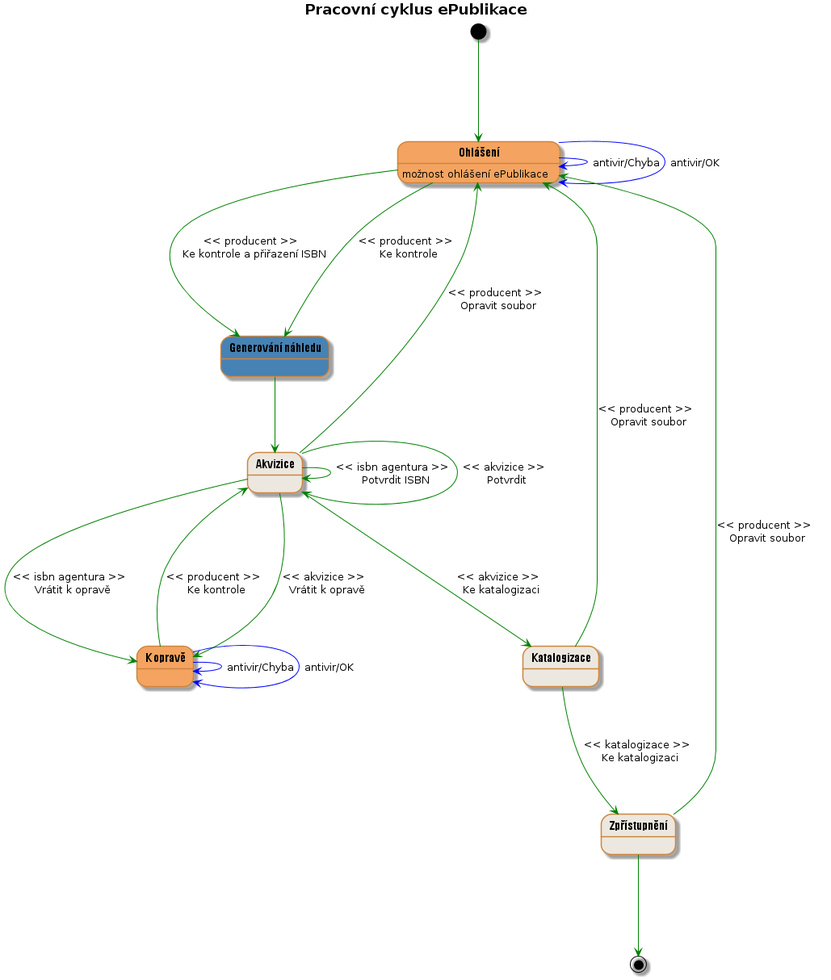
Above: docs/wf02.png in edeposit/edeposit.policy (PlantUML), before the change.
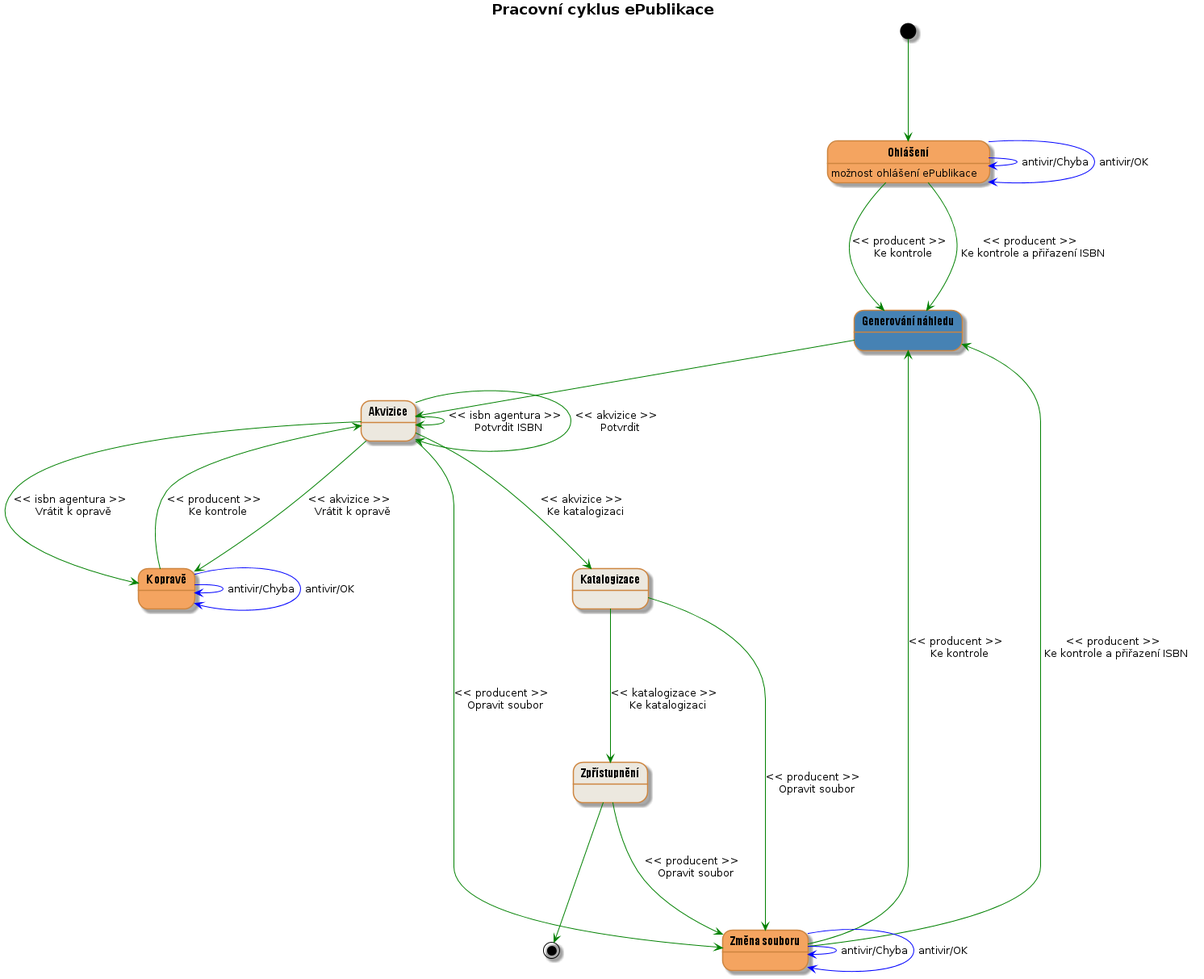
Later version of the same file.

Commit message:
added state fileChange

Change to the diagram source:
```diff
@@ -19,14 +19,17 @@
 state "Katalogizace" as catalogization #ECE8DF
 state "Zp?ístupn?ní" as accessing #ECE8DF
 state "K oprav?" as declarationWithError #SandyBrown
+state "Zm?na souboru" as fileChange #SandyBrown
 state "Generování náhledu" as thumbnailGenerating #SteelBlue
 
 [*] ---> declaration
+
 declaration ---> thumbnailGenerating : << producent >> \n Ke kontrole
 declaration ---> thumbnailGenerating : << producent >> \n Ke kontrole a p?i?azení ISBN
-thumbnailGenerating --> acquisition
 declaration -[#blue]-> declaration : antivir/Chyba
 declaration -[#blue]-> declaration : antivir/OK
+
+thumbnailGenerating --> acquisition
 acquisition ---> declarationWithError : << isbn agentura >> \n Vrátit k oprav?
 acquisition ---> declarationWithError : << akvizice >> \n Vrátit k oprav?
 acquisition ---> acquisition : << isbn agentura >> \n Potvrdit ISBN
@@ -38,9 +41,14 @@
 acquisition ---> catalogization : << akvizice >> \n Ke katalogizaci
 
 catalogization ---> accessing : << katalogizace >> \n Ke katalogizaci
-catalogization ---> declaration : << producent >> \n Opravit soubor
-acquisition ---> declaration : << producent >> \n Opravit soubor
+catalogization ---> fileChange : << producent >> \n Opravit soubor
+acquisition ---> fileChange : << producent >> \n Opravit soubor
 
-accessing ---> declaration : << producent >> \n Opravit soubor
+fileChange ---> thumbnailGenerating : << producent >> \n Ke kontrole
+fileChange ---> thumbnailGenerating : << producent >> \n Ke kontrole a p?i?azení ISBN
+fileChange -[#blue]-> fileChange : antivir/Chyba
+fileChange -[#blue]-> fileChange : antivir/OK
+
+accessing ---> fileChange : << producent >> \n Opravit soubor
 accessing ---> [*]
 @enduml
```
